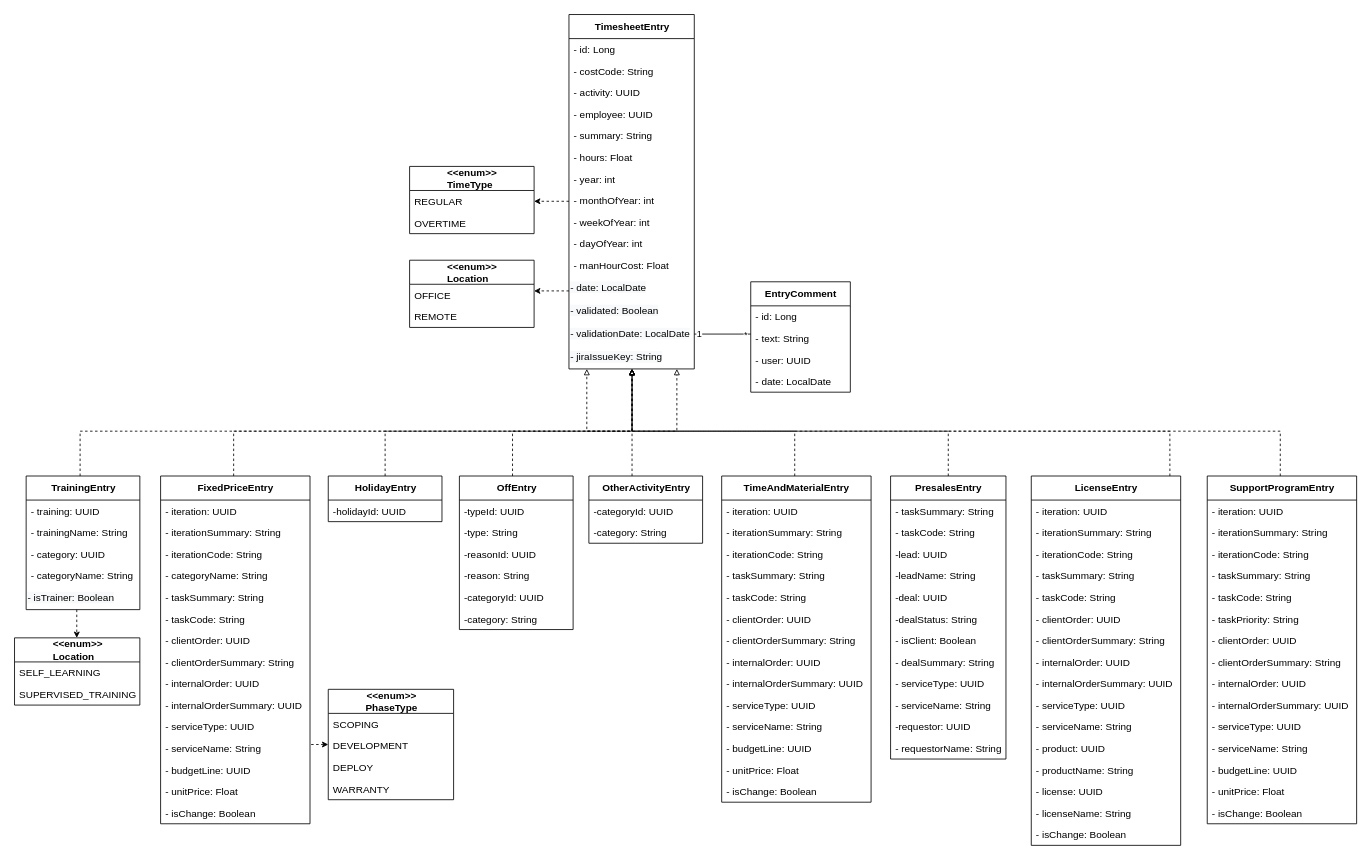
ZidiMedAmine/UML keeps this draw.io diagram as Timesheet/_DiagrammeClasseTimesheet.drawio. Above is the earlier version. Source tidied: cells renumbered, new cells numbered last; positions are measured from the earlier drawing's top-left corner, leaving out a move shared by most shapes. Both pictures are drawn from the tidied source at 83%, with x=0, y=0 at pixel (14, 14).
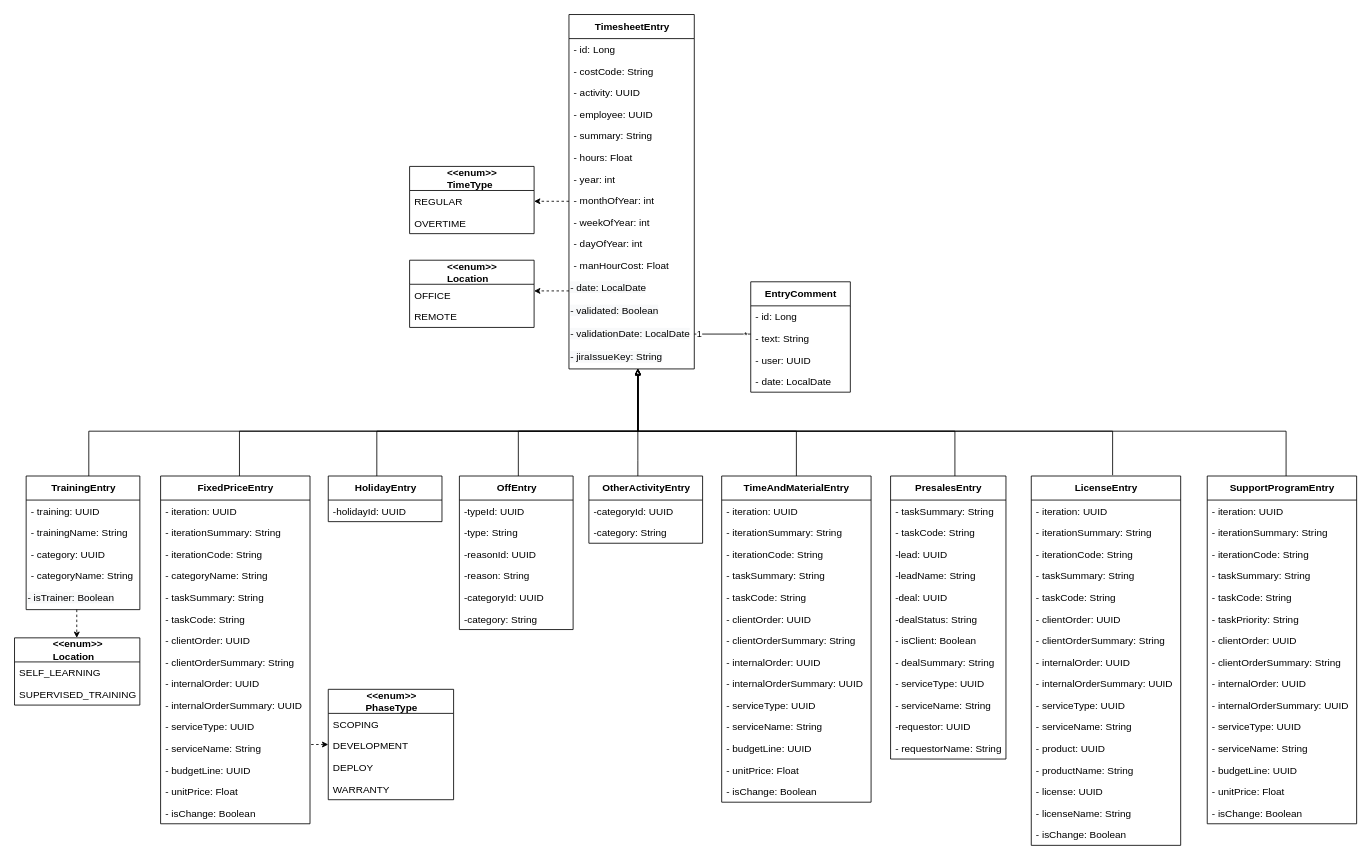
The same diagram, later.

Commit message (it also covers changes not shown here):
Mettre à jour _DiagrammeClasseTimesheet.drawio

The change refers to these unchanged cells:
```xml
<mxCell id="3" value="&lt;b&gt;TimesheetEntry&lt;/b&gt;" style="swimlane;fontStyle=0;align=center;verticalAlign=middle;horizontal=1;startSize=29;html=1;fontSize=12;labelPosition=center;verticalLabelPosition=middle;swimlaneLine=1;rounded=0;shadow=0;glass=0;sketch=0;perimeterSpacing=0;" parent="1" vertex="1">
  <mxGeometry x="668" width="151" height="427" as="geometry" />
</mxCell>
<mxCell id="35" value="&lt;b&gt;TrainingEntry&lt;/b&gt;" style="swimlane;fontStyle=0;align=center;verticalAlign=middle;horizontal=1;startSize=29;html=1;fontSize=12;labelPosition=center;verticalLabelPosition=middle;swimlaneLine=1;rounded=0;shadow=0;glass=0;sketch=0;perimeterSpacing=0;" parent="1" vertex="1">
  <mxGeometry x="14" y="556" width="137" height="161" as="geometry" />
</mxCell>
<mxCell id="46" value="&lt;b&gt;FixedPriceEntry&lt;/b&gt;" style="swimlane;fontStyle=0;align=center;verticalAlign=middle;horizontal=1;startSize=29;html=1;fontSize=12;labelPosition=center;verticalLabelPosition=middle;swimlaneLine=1;rounded=0;shadow=0;glass=0;sketch=0;perimeterSpacing=0;" parent="1" vertex="1">
  <mxGeometry x="176" y="556" width="180" height="419" as="geometry" />
</mxCell>
<mxCell id="69" value="&lt;span style=&quot;text-align: left&quot;&gt;&lt;b&gt;HolidayEntry&lt;/b&gt;&lt;/span&gt;" style="swimlane;fontStyle=0;align=center;verticalAlign=middle;horizontal=1;startSize=29;html=1;fontSize=12;labelPosition=center;verticalLabelPosition=middle;swimlaneLine=1;rounded=0;shadow=0;glass=0;sketch=0;perimeterSpacing=0;" parent="1" vertex="1">
  <mxGeometry x="378" y="556" width="137" height="55" as="geometry" />
</mxCell>
<mxCell id="71" value="&lt;div style=&quot;text-align: left&quot;&gt;&lt;span&gt;&lt;b&gt;OffEntry&lt;/b&gt;&lt;/span&gt;&lt;/div&gt;" style="swimlane;fontStyle=0;align=center;verticalAlign=middle;horizontal=1;startSize=29;html=1;fontSize=12;labelPosition=center;verticalLabelPosition=middle;swimlaneLine=1;rounded=0;shadow=0;glass=0;sketch=0;perimeterSpacing=0;" parent="1" vertex="1">
  <mxGeometry x="536" y="556" width="137" height="185" as="geometry" />
</mxCell>
<mxCell id="79" value="&lt;div style=&quot;text-align: left&quot;&gt;&lt;b&gt;OtherActivityEntry&lt;/b&gt;&lt;br&gt;&lt;/div&gt;" style="swimlane;fontStyle=0;align=center;verticalAlign=middle;horizontal=1;startSize=29;html=1;fontSize=12;labelPosition=center;verticalLabelPosition=middle;swimlaneLine=1;rounded=0;shadow=0;glass=0;sketch=0;perimeterSpacing=0;" parent="1" vertex="1">
  <mxGeometry x="692" y="556" width="137" height="81" as="geometry" />
</mxCell>
<mxCell id="83" value="&lt;b&gt;TimeAndMaterialEntry&lt;/b&gt;" style="swimlane;fontStyle=0;align=center;verticalAlign=middle;horizontal=1;startSize=29;html=1;fontSize=12;labelPosition=center;verticalLabelPosition=middle;swimlaneLine=1;rounded=0;shadow=0;glass=0;sketch=0;perimeterSpacing=0;" parent="1" vertex="1">
  <mxGeometry x="852" y="556" width="180" height="393" as="geometry" />
</mxCell>
<mxCell id="99" value="&lt;div style=&quot;text-align: left&quot;&gt;&lt;b&gt;PresalesEntry&lt;/b&gt;&lt;br&gt;&lt;/div&gt;" style="swimlane;fontStyle=0;align=center;verticalAlign=middle;horizontal=1;startSize=29;html=1;fontSize=12;labelPosition=center;verticalLabelPosition=middle;swimlaneLine=1;rounded=0;shadow=0;glass=0;sketch=0;perimeterSpacing=0;" parent="1" vertex="1">
  <mxGeometry x="1055.5" y="556" width="139" height="341" as="geometry" />
</mxCell>
<mxCell id="113" value="&lt;b&gt;LicenseEntry&lt;/b&gt;" style="swimlane;fontStyle=0;align=center;verticalAlign=middle;horizontal=1;startSize=29;html=1;fontSize=12;labelPosition=center;verticalLabelPosition=middle;swimlaneLine=1;rounded=0;shadow=0;glass=0;sketch=0;perimeterSpacing=0;" parent="1" vertex="1">
  <mxGeometry x="1225" y="556" width="180" height="445" as="geometry" />
</mxCell>
<mxCell id="131" value="&lt;b&gt;SupportProgramEntry&lt;/b&gt;" style="swimlane;fontStyle=0;align=center;verticalAlign=middle;horizontal=1;startSize=29;html=1;fontSize=12;labelPosition=center;verticalLabelPosition=middle;swimlaneLine=1;rounded=0;shadow=0;glass=0;sketch=0;perimeterSpacing=0;" parent="1" vertex="1">
  <mxGeometry x="1437" y="556" width="180" height="419" as="geometry" />
</mxCell>
```

What changed in the source:
```diff
@@
-    <mxCell id="19" style="edgeStyle=orthogonalEdgeStyle;rounded=0;jettySize=auto;html=1;startArrow=none;startFill=0;endArrow=block;endFill=0;endSize=5;startSize=5;dashed=1;" parent="1" edge="1" source="69" target="3">
-      <mxGeometry relative="1" as="geometry">
-        <Array as="points">
-          <mxPoint x="446" y="502" />
-          <mxPoint x="744" y="502" />
-        </Array>
-      </mxGeometry>
-    </mxCell>
@@
-    <mxCell id="34" style="edgeStyle=orthogonalEdgeStyle;rounded=0;jettySize=auto;html=1;dashed=1;startArrow=none;startFill=0;endArrow=block;endFill=0;startSize=5;endSize=5;" parent="1" edge="1" source="35">
-      <mxGeometry relative="1" as="geometry">
-        <mxPoint x="798" y="427" as="targetPoint" />
-        <Array as="points">
-          <mxPoint x="79" y="502" />
-          <mxPoint x="798" y="502" />
-        </Array>
-      </mxGeometry>
-    </mxCell>
@@
-    <mxCell id="45" style="edgeStyle=orthogonalEdgeStyle;rounded=0;jettySize=auto;html=1;dashed=1;startArrow=none;startFill=0;endArrow=block;endFill=0;startSize=5;endSize=5;" parent="1" edge="1" source="46" target="3">
+    <mxCell id="45" style="edgeStyle=orthogonalEdgeStyle;rounded=0;orthogonalLoop=1;jettySize=auto;html=1;startArrow=none;startFill=0;endArrow=block;endFill=0;startSize=5;endSize=5;" parent="1" edge="1">
       <mxGeometry relative="1" as="geometry">
+        <mxPoint x="271" y="556" as="sourcePoint" />
+        <mxPoint x="751" y="427" as="targetPoint" />
         <Array as="points">
-          <mxPoint x="264" y="502" />
-          <mxPoint x="744" y="502" />
+          <mxPoint x="271" y="502" />
+          <mxPoint x="751" y="502" />
         </Array>
       </mxGeometry>
     </mxCell>
@@
-    <mxCell id="68" style="edgeStyle=orthogonalEdgeStyle;rounded=0;jettySize=auto;html=1;dashed=1;startArrow=none;startFill=0;endArrow=block;endFill=0;startSize=5;endSize=5;" parent="1" edge="1" source="71" target="3">
+    <mxCell id="68" style="edgeStyle=orthogonalEdgeStyle;rounded=0;orthogonalLoop=1;jettySize=auto;html=1;startArrow=none;startFill=0;endArrow=block;endFill=0;startSize=5;endSize=5;" parent="1" edge="1">
       <mxGeometry relative="1" as="geometry">
+        <mxPoint x="607" y="556" as="sourcePoint" />
+        <mxPoint x="751" y="427" as="targetPoint" />
         <Array as="points">
-          <mxPoint x="600" y="502" />
-          <mxPoint x="744" y="502" />
+          <mxPoint x="607" y="502" />
+          <mxPoint x="751" y="502" />
         </Array>
       </mxGeometry>
     </mxCell>
@@
-    <mxCell id="78" style="edgeStyle=orthogonalEdgeStyle;rounded=0;jettySize=auto;html=1;dashed=1;endSize=5;startSize=5;endArrow=block;endFill=0;" parent="1" edge="1" source="79" target="3">
+    <mxCell id="78" style="edgeStyle=orthogonalEdgeStyle;rounded=0;orthogonalLoop=1;jettySize=auto;html=1;endSize=5;startSize=5;endArrow=block;endFill=0;" parent="1" edge="1">
       <mxGeometry relative="1" as="geometry">
+        <mxPoint x="751" y="556" as="sourcePoint" />
+        <mxPoint x="751" y="427" as="targetPoint" />
         <Array as="points">
-          <mxPoint x="744" y="537" />
-          <mxPoint x="744" y="537" />
+          <mxPoint x="751" y="537" />
+          <mxPoint x="751" y="537" />
         </Array>
       </mxGeometry>
     </mxCell>
@@
-    <mxCell id="82" style="edgeStyle=orthogonalEdgeStyle;rounded=0;jettySize=auto;html=1;dashed=1;endArrow=block;endFill=0;startSize=5;endSize=5;" parent="1" edge="1" source="83" target="3">
+    <mxCell id="82" style="edgeStyle=orthogonalEdgeStyle;rounded=0;jettySize=auto;html=1;endArrow=block;startArrow=none;startFill=0;endFill=0;startSize=5;endSize=5;" parent="1" edge="1" source="83" target="3">
       <mxGeometry relative="1" as="geometry">
         <Array as="points">
-          <mxPoint x="940" y="502" />
-          <mxPoint x="744" y="502" />
+          <mxPoint x="942" y="502" />
+          <mxPoint x="751" y="502" />
         </Array>
       </mxGeometry>
     </mxCell>
@@
-    <mxCell id="98" style="edgeStyle=orthogonalEdgeStyle;rounded=0;jettySize=auto;html=1;dashed=1;endArrow=block;endFill=0;startSize=5;endSize=5;" parent="1" edge="1" source="99">
-      <mxGeometry relative="1" as="geometry">
-        <mxPoint x="689.5" y="427" as="targetPoint" />
-        <Array as="points">
-          <mxPoint x="1125.5" y="502" />
-          <mxPoint x="689.5" y="502" />
-        </Array>
-      </mxGeometry>
-    </mxCell>
+    <mxCell id="148" style="edgeStyle=orthogonalEdgeStyle;rounded=0;orthogonalLoop=1;jettySize=auto;html=1;endArrow=block;startArrow=none;startFill=0;endFill=0;startSize=5;endSize=5;" parent="1" edge="1">
+      <mxGeometry relative="1" as="geometry">
+        <mxPoint x="1133" y="556" as="sourcePoint" />
+        <mxPoint x="751" y="427" as="targetPoint" />
+        <Array as="points">
+          <mxPoint x="1133" y="502" />
+          <mxPoint x="751" y="502" />
+        </Array>
+      </mxGeometry>
+    </mxCell>
@@
-    <mxCell id="112" style="edgeStyle=orthogonalEdgeStyle;rounded=0;jettySize=auto;html=1;dashed=1;endArrow=block;endFill=0;startSize=5;endSize=5;" parent="1" edge="1" source="113" target="3">
-      <mxGeometry relative="1" as="geometry">
-        <Array as="points">
-          <mxPoint x="1392" y="502" />
-          <mxPoint x="744" y="502" />
-        </Array>
-      </mxGeometry>
-    </mxCell>
+    <mxCell id="149" style="edgeStyle=orthogonalEdgeStyle;rounded=0;orthogonalLoop=1;jettySize=auto;html=1;endArrow=block;startArrow=none;startFill=0;endFill=0;startSize=5;endSize=5;" parent="1" edge="1">
+      <mxGeometry relative="1" as="geometry">
+        <mxPoint x="1323" y="555" as="sourcePoint" />
+        <mxPoint x="751" y="426" as="targetPoint" />
+        <Array as="points">
+          <mxPoint x="1323" y="502" />
+          <mxPoint x="751" y="502" />
+        </Array>
+      </mxGeometry>
+    </mxCell>
@@
-    <mxCell id="130" style="edgeStyle=orthogonalEdgeStyle;rounded=0;jettySize=auto;html=1;dashed=1;startArrow=none;startFill=0;endArrow=block;endFill=0;startSize=5;endSize=5;" parent="1" edge="1" source="131" target="3">
+    <mxCell id="130" style="edgeStyle=orthogonalEdgeStyle;rounded=0;orthogonalLoop=1;jettySize=auto;html=1;startArrow=none;startFill=0;endArrow=block;endFill=0;startSize=5;endSize=5;" parent="1" edge="1">
       <mxGeometry relative="1" as="geometry">
+        <mxPoint x="1532" y="556" as="sourcePoint" />
+        <mxPoint x="751" y="427" as="targetPoint" />
         <Array as="points">
-          <mxPoint x="1525" y="502" />
-          <mxPoint x="744" y="502" />
+          <mxPoint x="1532" y="502" />
+          <mxPoint x="751" y="502" />
         </Array>
       </mxGeometry>
     </mxCell>
@@
+    <mxCell id="150" style="edgeStyle=orthogonalEdgeStyle;rounded=0;orthogonalLoop=1;jettySize=auto;html=1;startArrow=none;startFill=0;endArrow=block;endFill=0;startSize=5;endSize=5;" parent="1" edge="1">
+      <mxGeometry relative="1" as="geometry">
+        <mxPoint x="436.5" y="556" as="sourcePoint" />
+        <mxPoint x="751" y="427" as="targetPoint" />
+        <Array as="points">
+          <mxPoint x="437" y="502" />
+          <mxPoint x="751" y="502" />
+        </Array>
+      </mxGeometry>
+    </mxCell>
+    <mxCell id="151" style="edgeStyle=orthogonalEdgeStyle;rounded=0;orthogonalLoop=1;jettySize=auto;html=1;startArrow=none;startFill=0;endArrow=block;endFill=0;startSize=5;endSize=5;" parent="1" edge="1">
+      <mxGeometry relative="1" as="geometry">
+        <mxPoint x="89.5" y="556" as="sourcePoint" />
+        <mxPoint x="751" y="427" as="targetPoint" />
+        <Array as="points">
+          <mxPoint x="89" y="502" />
+          <mxPoint x="751" y="502" />
+        </Array>
+      </mxGeometry>
+    </mxCell>
```
